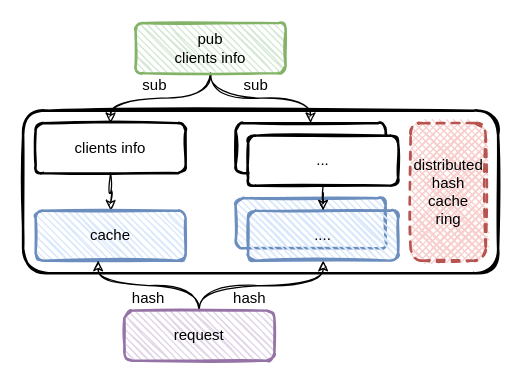
Before: leaves/leaves.drawio in EarthWind/deeparch, a draw.io diagram. Source tidied: cells renumbered, new cells numbered last; positions are measured from the earlier drawing's top-left corner, leaving out a move shared by most shapes. Both pictures are drawn from the tidied source at 125%, with x=0, y=0 at pixel (22, 22).
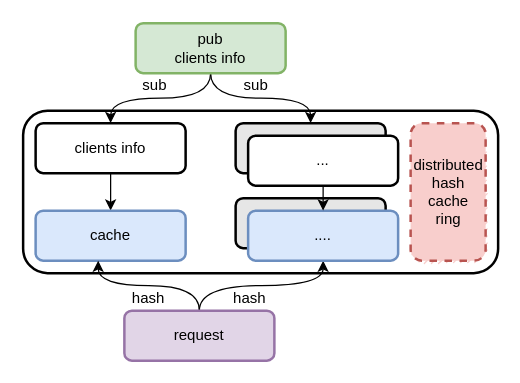
Above is the later version.

What changed in the source:
```diff
@@
-    <mxCell id="2" style="rounded=1;whiteSpace=wrap;html=1;strokeWidth=2;fillWeight=1;hachureGap=4;hachureAngle=45;sketch=1;fillColor=#FFFFFF;" parent="1" vertex="1">
+    <mxCell id="2" style="rounded=1;whiteSpace=wrap;html=1;strokeWidth=2;fillWeight=1;hachureGap=4;hachureAngle=45;sketch=0;fillColor=#FFFFFF;" parent="1" vertex="1">
       <mxGeometry y="70" width="380" height="130" as="geometry" />
     </mxCell>
-    <mxCell id="3" style="edgeStyle=orthogonalEdgeStyle;rounded=0;jettySize=auto;html=1;entryX=0.5;entryY=0;entryDx=0;entryDy=0;curved=1;sketch=1;" parent="1" edge="1" source="5" target="7">
+    <mxCell id="3" style="edgeStyle=orthogonalEdgeStyle;rounded=0;jettySize=auto;html=1;entryX=0.5;entryY=0;entryDx=0;entryDy=0;curved=1;sketch=0;" parent="1" edge="1" source="5" target="7">
       <mxGeometry relative="1" as="geometry" />
     </mxCell>
-    <mxCell id="4" style="edgeStyle=orthogonalEdgeStyle;curved=1;rounded=0;jettySize=auto;html=1;entryX=0.5;entryY=0;entryDx=0;entryDy=0;sketch=1;" parent="1" edge="1" source="5" target="8">
+    <mxCell id="4" style="edgeStyle=orthogonalEdgeStyle;curved=1;rounded=0;jettySize=auto;html=1;entryX=0.5;entryY=0;entryDx=0;entryDy=0;sketch=0;" parent="1" edge="1" source="5" target="8">
       <mxGeometry relative="1" as="geometry" />
     </mxCell>
-    <mxCell id="5" value="pub&lt;br&gt;clients info" style="rounded=1;whiteSpace=wrap;html=1;strokeWidth=2;fillWeight=1;hachureGap=4;hachureAngle=45;sketch=1;fillColor=#d5e8d4;strokeColor=#82b366;" parent="1" vertex="1">
+    <mxCell id="5" value="pub&lt;br&gt;clients info" style="rounded=1;whiteSpace=wrap;html=1;strokeWidth=2;fillWeight=1;hachureGap=4;hachureAngle=45;sketch=0;fillColor=#d5e8d4;strokeColor=#82b366;" parent="1" vertex="1">
       <mxGeometry x="90" width="120" height="40" as="geometry" />
     </mxCell>
-    <mxCell id="6" style="edgeStyle=orthogonalEdgeStyle;curved=1;rounded=0;sketch=1;jettySize=auto;html=1;entryX=0.5;entryY=0;entryDx=0;entryDy=0;" parent="1" edge="1" source="7" target="10">
+    <mxCell id="6" style="edgeStyle=orthogonalEdgeStyle;curved=1;rounded=0;sketch=0;jettySize=auto;html=1;entryX=0.5;entryY=0;entryDx=0;entryDy=0;" parent="1" edge="1" source="7" target="10">
       <mxGeometry relative="1" as="geometry" />
     </mxCell>
-    <mxCell id="7" value="clients info" style="rounded=1;whiteSpace=wrap;html=1;strokeWidth=2;fillWeight=1;hachureGap=4;hachureAngle=45;sketch=1;fillColor=#FFFFFF;" parent="1" vertex="1">
+    <mxCell id="7" value="clients info" style="rounded=1;whiteSpace=wrap;html=1;strokeWidth=2;fillWeight=1;hachureGap=4;hachureAngle=45;sketch=0;fillColor=#FFFFFF;" parent="1" vertex="1">
       <mxGeometry x="10" y="80" width="120" height="40" as="geometry" />
     </mxCell>
-    <mxCell id="8" style="rounded=1;whiteSpace=wrap;html=1;strokeWidth=2;fillWeight=1;hachureGap=4;hachureAngle=45;sketch=1;fillColor=#FFFFFF;" parent="1" vertex="1">
+    <mxCell id="8" style="rounded=1;whiteSpace=wrap;html=1;strokeWidth=2;fillWeight=1;hachureGap=4;hachureAngle=45;sketch=0;fillColor=#E6E6E6;fontColor=#333333;strokeColor=#000000;" parent="1" vertex="1">
       <mxGeometry x="170" y="80" width="120" height="40" as="geometry" />
     </mxCell>
-    <mxCell id="9" value="..." style="rounded=1;whiteSpace=wrap;html=1;strokeWidth=2;fillWeight=1;hachureGap=4;hachureAngle=45;sketch=1;fillColor=#FFFFFF;" parent="1" vertex="1">
+    <mxCell id="9" value="..." style="rounded=1;whiteSpace=wrap;html=1;strokeWidth=2;fillWeight=1;hachureGap=4;hachureAngle=45;sketch=0;fillColor=#FFFFFF;" parent="1" vertex="1">
       <mxGeometry x="180" y="90" width="120" height="40" as="geometry" />
     </mxCell>
-    <mxCell id="10" value="cache" style="rounded=1;whiteSpace=wrap;html=1;strokeWidth=2;fillWeight=1;hachureGap=4;hachureAngle=45;sketch=1;fillColor=#dae8fc;strokeColor=#6c8ebf;" parent="1" vertex="1">
+    <mxCell id="10" value="cache" style="rounded=1;whiteSpace=wrap;html=1;strokeWidth=2;fillWeight=1;hachureGap=4;hachureAngle=45;sketch=0;fillColor=#dae8fc;strokeColor=#6c8ebf;" parent="1" vertex="1">
       <mxGeometry x="10" y="150" width="120" height="40" as="geometry" />
     </mxCell>
-    <mxCell id="11" style="rounded=1;whiteSpace=wrap;html=1;strokeWidth=2;fillWeight=1;hachureGap=4;hachureAngle=45;sketch=1;fillColor=#dae8fc;strokeColor=#6c8ebf;" parent="1" vertex="1">
+    <mxCell id="11" style="rounded=1;whiteSpace=wrap;html=1;strokeWidth=2;fillWeight=1;hachureGap=4;hachureAngle=45;sketch=0;fillColor=#E6E6E6;strokeColor=#000000;" parent="1" vertex="1">
       <mxGeometry x="170" y="140" width="120" height="40" as="geometry" />
     </mxCell>
-    <mxCell id="12" style="edgeStyle=orthogonalEdgeStyle;curved=1;rounded=0;sketch=1;jettySize=auto;html=1;entryX=0.417;entryY=1;entryDx=0;entryDy=0;entryPerimeter=0;" parent="1" edge="1" source="14" target="10">
+    <mxCell id="12" style="edgeStyle=orthogonalEdgeStyle;curved=1;rounded=0;sketch=0;jettySize=auto;html=1;entryX=0.417;entryY=1;entryDx=0;entryDy=0;entryPerimeter=0;" parent="1" edge="1" source="14" target="10">
       <mxGeometry relative="1" as="geometry" />
     </mxCell>
-    <mxCell id="13" style="edgeStyle=orthogonalEdgeStyle;curved=1;rounded=0;sketch=1;jettySize=auto;html=1;entryX=0.5;entryY=1;entryDx=0;entryDy=0;" parent="1" edge="1" source="14" target="19">
+    <mxCell id="13" style="edgeStyle=orthogonalEdgeStyle;curved=1;rounded=0;sketch=0;jettySize=auto;html=1;entryX=0.5;entryY=1;entryDx=0;entryDy=0;" parent="1" edge="1" source="14" target="19">
       <mxGeometry relative="1" as="geometry" />
     </mxCell>
-    <mxCell id="14" value="request" style="rounded=1;whiteSpace=wrap;html=1;strokeWidth=2;fillWeight=1;hachureGap=4;hachureAngle=45;sketch=1;fillColor=#e1d5e7;strokeColor=#9673a6;" parent="1" vertex="1">
+    <mxCell id="14" value="request" style="rounded=1;whiteSpace=wrap;html=1;strokeWidth=2;fillWeight=1;hachureGap=4;hachureAngle=45;sketch=0;fillColor=#e1d5e7;strokeColor=#9673a6;" parent="1" vertex="1">
       <mxGeometry x="81" y="230" width="120" height="40" as="geometry" />
     </mxCell>
@@
-    <mxCell id="19" value="...." style="rounded=1;whiteSpace=wrap;html=1;strokeWidth=2;fillWeight=1;hachureGap=4;hachureAngle=45;sketch=1;fillColor=#dae8fc;strokeColor=#6c8ebf;" parent="1" vertex="1">
+    <mxCell id="19" value="...." style="rounded=1;whiteSpace=wrap;html=1;strokeWidth=2;fillWeight=1;hachureGap=4;hachureAngle=45;sketch=0;fillColor=#dae8fc;strokeColor=#6c8ebf;" parent="1" vertex="1">
       <mxGeometry x="180" y="150" width="120" height="40" as="geometry" />
     </mxCell>
-    <mxCell id="20" style="edgeStyle=orthogonalEdgeStyle;curved=1;rounded=0;sketch=1;jettySize=auto;html=1;entryX=0.5;entryY=0;entryDx=0;entryDy=0;" parent="1" edge="1" source="9" target="19">
+    <mxCell id="20" style="edgeStyle=orthogonalEdgeStyle;curved=1;rounded=0;sketch=0;jettySize=auto;html=1;entryX=0.5;entryY=0;entryDx=0;entryDy=0;" parent="1" edge="1" source="9" target="19">
       <mxGeometry relative="1" as="geometry" />
     </mxCell>
@@
-    <mxCell id="22" style="rounded=1;whiteSpace=wrap;html=1;strokeWidth=2;fillWeight=1;hachureGap=4;hachureAngle=45;sketch=1;fillColor=#f8cecc;dashed=1;strokeColor=#b85450;" parent="1" vertex="1">
+    <mxCell id="22" style="rounded=1;whiteSpace=wrap;html=1;strokeWidth=2;fillWeight=1;hachureGap=4;hachureAngle=45;sketch=0;fillColor=#f8cecc;dashed=1;strokeColor=#b85450;" parent="1" vertex="1">
       <mxGeometry x="310" y="80" width="60" height="110" as="geometry" />
     </mxCell>
```
